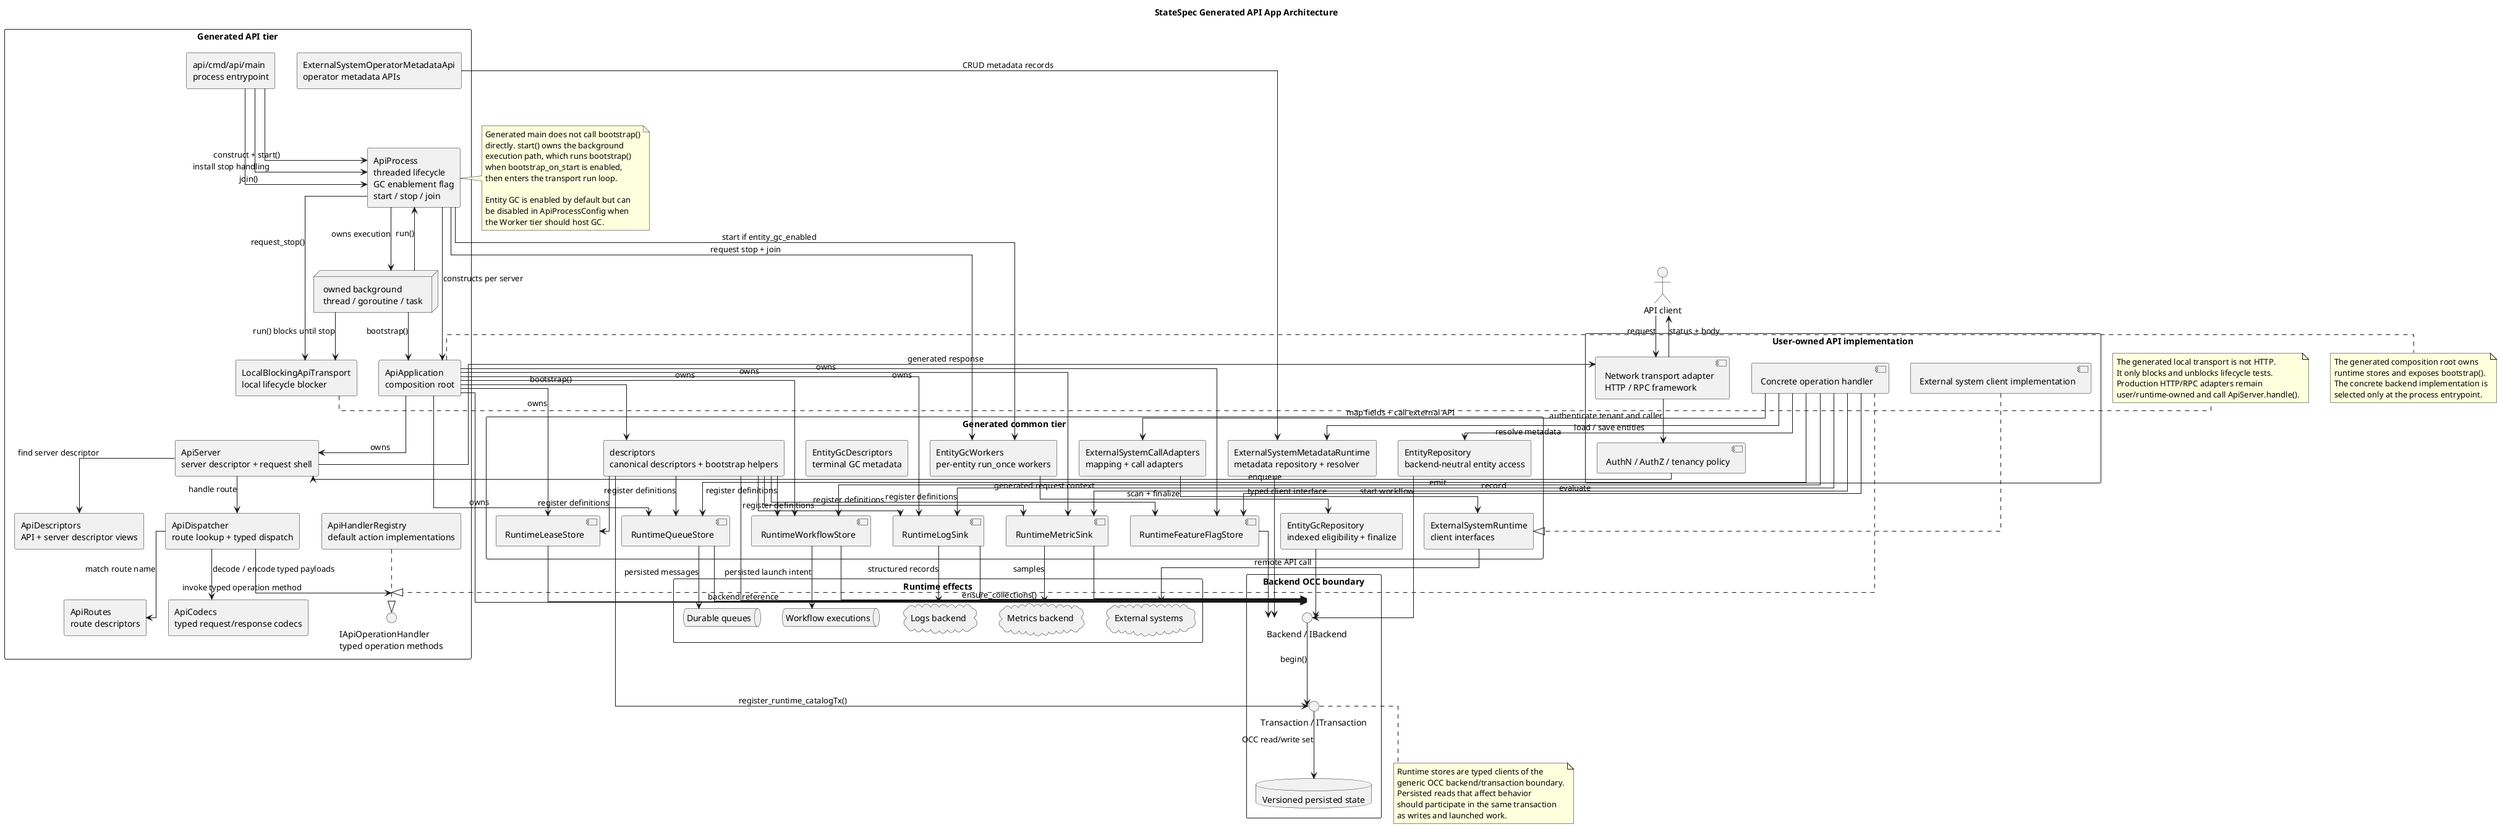
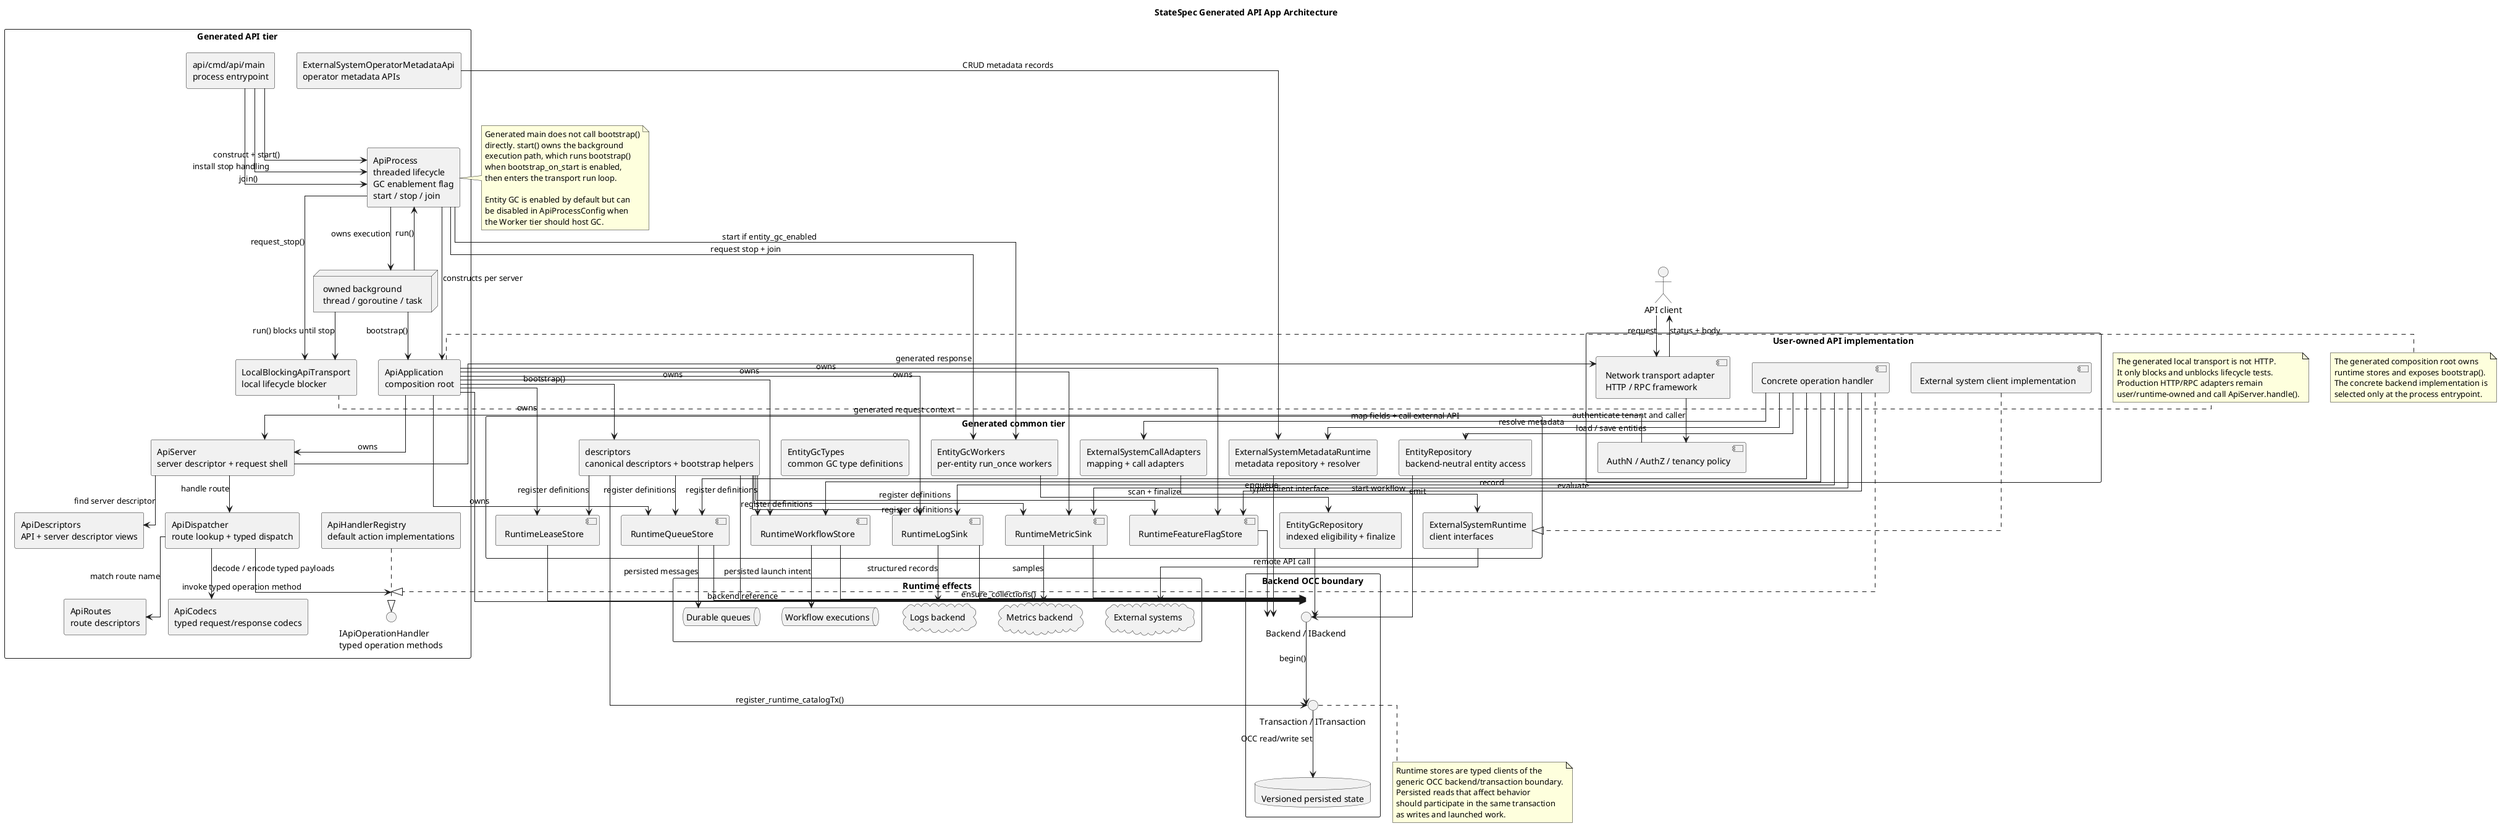
@startuml
title StateSpec Generated API App Architecture

skinparam shadowing false
skinparam linetype ortho
skinparam packageStyle rectangle

actor "API client" as Client

package "Generated API tier" {
  rectangle "api/cmd/api/main\nprocess entrypoint" as ApiMain
  rectangle "ApiProcess\nthreaded lifecycle\nGC enablement flag\nstart / stop / join" as ApiProcess
  rectangle "LocalBlockingApiTransport\nlocal lifecycle blocker" as LocalTransport
  node "owned background\nthread / goroutine / task" as ApiWorker
  rectangle "ApiApplication\ncomposition root" as ApiApplication
  rectangle "ApiServer\nserver descriptor + request shell" as ApiServer
  rectangle "ApiDispatcher\nroute lookup + typed dispatch" as ApiDispatcher
  rectangle "ApiRoutes\nroute descriptors" as ApiRoutes
  rectangle "ApiCodecs\ntyped request/response codecs" as ApiCodecs
  interface "IApiOperationHandler\ntyped operation methods" as ApiHandler
  rectangle "ApiHandlerRegistry\ndefault action implementations" as ApiHandlerRegistry
  rectangle "ExternalSystemOperatorMetadataApi\noperator metadata APIs" as OperatorMetadataApi
  rectangle "ApiDescriptors\nAPI + server descriptor views" as ApiDescriptors
}

package "Generated common tier" {
  rectangle "descriptors\ncanonical descriptors + bootstrap helpers" as CommonDescriptors
  rectangle "EntityRepository\nbackend-neutral entity access" as EntityRepository
  rectangle "ExternalSystemRuntime\nclient interfaces" as ExternalSystemRuntime
  rectangle "ExternalSystemCallAdapters\nmapping + call adapters" as CallAdapters
  rectangle "ExternalSystemMetadataRuntime\nmetadata repository + resolver" as MetadataRuntime
  component "RuntimeFeatureFlagStore" as FeatureFlagStore
  component "RuntimeQueueStore" as QueueStore
  component "RuntimeLeaseStore" as LeaseStore
  component "RuntimeWorkflowStore" as WorkflowStore
  component "RuntimeLogSink" as LogSink
  component "RuntimeMetricSink" as MetricSink
-   rectangle "EntityGcDescriptors\nterminal GC metadata" as EntityGcDescriptors
+   rectangle "EntityGcTypes\ncommon GC type definitions" as EntityGcDescriptors
  rectangle "EntityGcRepository\nindexed eligibility + finalize" as EntityGcRepository
  rectangle "EntityGcWorkers\nper-entity run_once workers" as EntityGcWorkers
}

package "User-owned API implementation" {
  component "Network transport adapter\nHTTP / RPC framework" as Transport
  component "AuthN / AuthZ / tenancy policy" as Auth
  component "Concrete operation handler" as ConcreteHandler
  component "External system client implementation" as ExternalClientImpl
}

package "Backend OCC boundary" {
  interface "Backend / IBackend" as Backend
  interface "Transaction / ITransaction" as Transaction
  database "Versioned persisted state" as Store
}

package "Runtime effects" {
  queue "Workflow executions" as WorkflowExecutions
  queue "Durable queues" as DurableQueues
  cloud "External systems" as ExternalSystems
  cloud "Logs backend" as LogsBackend
  cloud "Metrics backend" as MetricsBackend
}

Client --> Transport : request
Transport --> Auth : authenticate tenant and caller
Auth --> ApiServer : generated request context
ApiMain --> ApiProcess : construct + start()
ApiMain --> ApiProcess : install stop handling
ApiMain --> ApiProcess : join()

ApiProcess --> ApiWorker : owns execution
ApiProcess --> ApiApplication : constructs per server
ApiProcess --> LocalTransport : request_stop()
ApiProcess --> EntityGcWorkers : start if entity_gc_enabled
ApiProcess --> EntityGcWorkers : request stop + join
ApiWorker --> ApiProcess : run()
ApiWorker --> ApiApplication : bootstrap()
ApiWorker --> LocalTransport : run() blocks until stop

ApiApplication --> ApiServer : owns
ApiApplication --> Backend : backend reference
ApiApplication --> FeatureFlagStore : owns
ApiApplication --> QueueStore : owns
ApiApplication --> LeaseStore : owns
ApiApplication --> WorkflowStore : owns
ApiApplication --> LogSink : owns
ApiApplication --> MetricSink : owns
ApiApplication --> CommonDescriptors : bootstrap()

CommonDescriptors --> Backend : ensure_collections()
CommonDescriptors --> Transaction : register_runtime_catalogTx()
CommonDescriptors --> FeatureFlagStore : register definitions
CommonDescriptors --> QueueStore : register definitions
CommonDescriptors --> LeaseStore : register definitions
CommonDescriptors --> WorkflowStore : register definitions
CommonDescriptors --> LogSink : register definitions
CommonDescriptors --> MetricSink : register definitions

ApiServer --> ApiDescriptors : find server descriptor
ApiServer --> ApiDispatcher : handle route
ApiDispatcher --> ApiRoutes : match route name
ApiDispatcher --> ApiCodecs : decode / encode typed payloads
ApiDispatcher --> ApiHandler : invoke typed operation method
ApiHandlerRegistry ..|> ApiHandler
ConcreteHandler ..|> ApiHandler

OperatorMetadataApi --> MetadataRuntime : CRUD metadata records
ConcreteHandler --> EntityRepository : load / save entities
ConcreteHandler --> MetadataRuntime : resolve metadata
ConcreteHandler --> CallAdapters : map fields + call external API
ConcreteHandler --> WorkflowStore : start workflow
ConcreteHandler --> QueueStore : enqueue
ConcreteHandler --> FeatureFlagStore : evaluate
ConcreteHandler --> LogSink : emit
ConcreteHandler --> MetricSink : record

ExternalClientImpl ..|> ExternalSystemRuntime
CallAdapters --> ExternalSystemRuntime : typed client interface
ExternalSystemRuntime --> ExternalSystems : remote API call

EntityRepository --> Backend
MetadataRuntime --> Backend
FeatureFlagStore --> Backend
QueueStore --> Backend
LeaseStore --> Backend
WorkflowStore --> Backend
LogSink --> Backend
MetricSink --> Backend
EntityGcWorkers --> EntityGcRepository : scan + finalize
EntityGcRepository --> Backend

Backend --> Transaction : begin()
Transaction --> Store : OCC read/write set
WorkflowStore --> WorkflowExecutions : persisted launch intent
QueueStore --> DurableQueues : persisted messages
LogSink --> LogsBackend : structured records
MetricSink --> MetricsBackend : samples

ApiServer --> Transport : generated response
Transport --> Client : status + body

note right of ApiProcess
Generated main does not call bootstrap()
directly. start() owns the background
execution path, which runs bootstrap()
when bootstrap_on_start is enabled,
then enters the transport run loop.

Entity GC is enabled by default but can
be disabled in ApiProcessConfig when
the Worker tier should host GC.
end note

note right of LocalTransport
The generated local transport is not HTTP.
It only blocks and unblocks lifecycle tests.
Production HTTP/RPC adapters remain
user/runtime-owned and call ApiServer.handle().
end note

note right of ApiApplication
The generated composition root owns
runtime stores and exposes bootstrap().
The concrete backend implementation is
selected only at the process entrypoint.
end note

note bottom of Transaction
Runtime stores are typed clients of the
generic OCC backend/transaction boundary.
Persisted reads that affect behavior
should participate in the same transaction
as writes and launched work.
end note

@enduml
